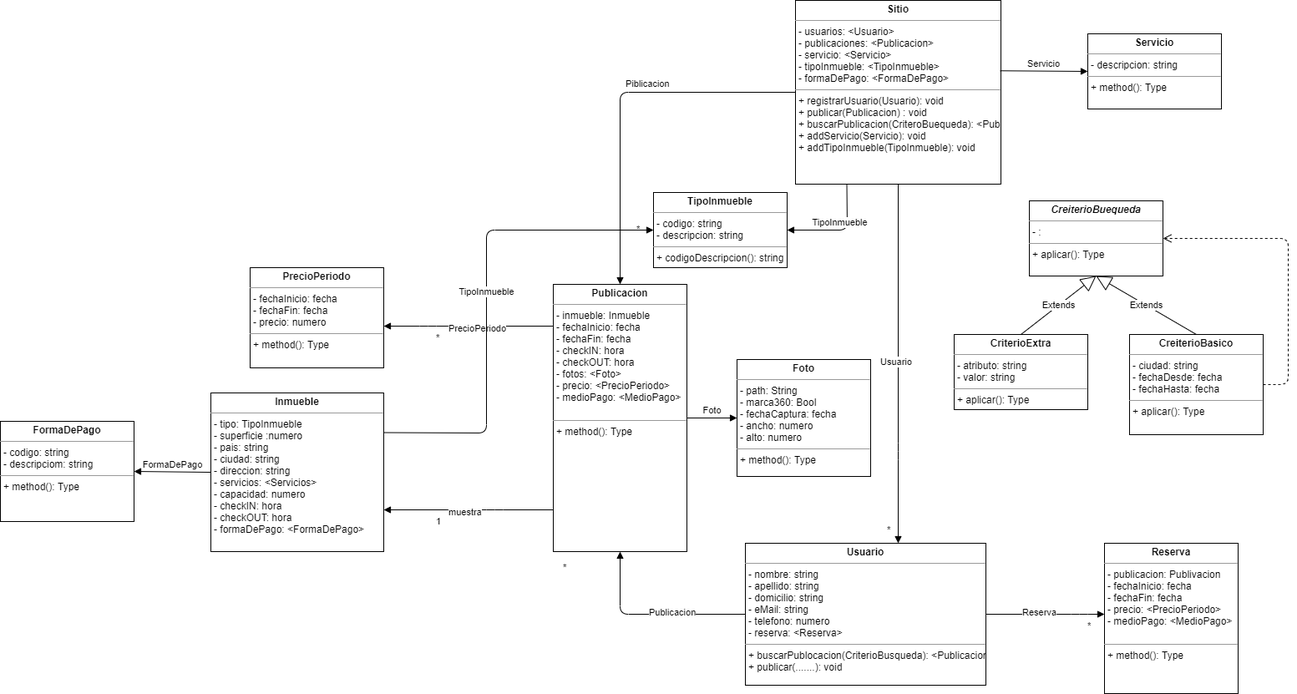
This is UML_PO2_TP_FINALPNG1.png from CundariNicolas/PO2_TP_FINAL_2021, a draw.io export, as it was before one commit. Source tidied: cells renumbered, new cells last; positions are measured from the earlier drawing's top-left corner, leaving out a move shared by most shapes.
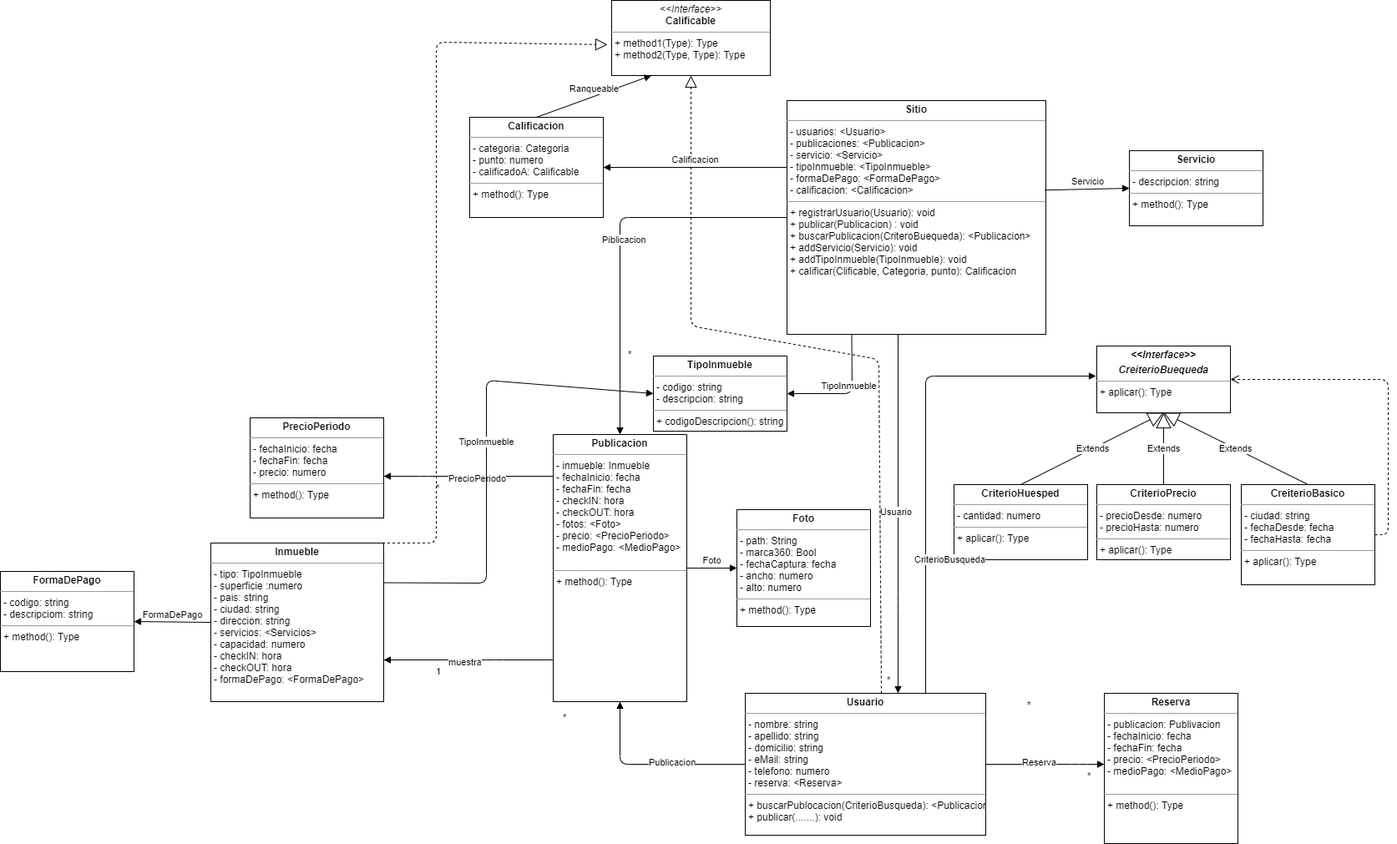
The same diagram one commit later.

What changed in the source:
```diff
@@ -8,8 +8,8 @@
     <mxCell id="3" value="&lt;p style=&quot;margin: 0px ; margin-top: 4px ; text-align: center&quot;&gt;&lt;b&gt;Publicacion&lt;/b&gt;&lt;/p&gt;&lt;hr size=&quot;1&quot;&gt;&lt;p style=&quot;margin: 0px ; margin-left: 4px&quot;&gt;- inmueble: Inmueble&lt;/p&gt;&lt;p style=&quot;margin: 0px ; margin-left: 4px&quot;&gt;- fechaInicio: fecha&lt;/p&gt;&lt;p style=&quot;margin: 0px ; margin-left: 4px&quot;&gt;- fechaFin: fecha&lt;/p&gt;&lt;p style=&quot;margin: 0px ; margin-left: 4px&quot;&gt;- checkIN: hora&lt;/p&gt;&lt;p style=&quot;margin: 0px ; margin-left: 4px&quot;&gt;- checkOUT: hora&lt;/p&gt;&lt;p style=&quot;margin: 0px ; margin-left: 4px&quot;&gt;- fotos: &amp;lt;Foto&amp;gt;&lt;/p&gt;&lt;p style=&quot;margin: 0px ; margin-left: 4px&quot;&gt;- precio: &amp;lt;PrecioPeriodo&amp;gt;&lt;/p&gt;&lt;p style=&quot;margin: 0px ; margin-left: 4px&quot;&gt;- medioPago: &amp;lt;MedioPago&amp;gt;&lt;/p&gt;&lt;p style=&quot;margin: 0px ; margin-left: 4px&quot;&gt;&lt;br&gt;&lt;/p&gt;&lt;hr size=&quot;1&quot;&gt;&lt;p style=&quot;margin: 0px ; margin-left: 4px&quot;&gt;+ method(): Type&lt;/p&gt;" style="verticalAlign=top;align=left;overflow=fill;fontSize=12;fontFamily=Helvetica;html=1;" parent="1" vertex="1">
       <mxGeometry x="662" y="340" width="160" height="320" as="geometry" />
     </mxCell>
-    <mxCell id="4" value="&lt;p style=&quot;margin: 0px ; margin-top: 4px ; text-align: center&quot;&gt;&lt;b&gt;Sitio&lt;/b&gt;&lt;/p&gt;&lt;hr size=&quot;1&quot;&gt;&lt;p style=&quot;margin: 0px ; margin-left: 4px&quot;&gt;- usuarios: &amp;lt;Usuario&amp;gt;&lt;/p&gt;&lt;p style=&quot;margin: 0px ; margin-left: 4px&quot;&gt;- publicaciones: &amp;lt;Publicacion&amp;gt;&lt;/p&gt;&lt;p style=&quot;margin: 0px ; margin-left: 4px&quot;&gt;- servicio: &amp;lt;Servicio&amp;gt;&lt;/p&gt;&lt;p style=&quot;margin: 0px ; margin-left: 4px&quot;&gt;- tipoInmueble: &amp;lt;TipoInmueble&amp;gt;&lt;/p&gt;&lt;p style=&quot;margin: 0px ; margin-left: 4px&quot;&gt;- formaDePago: &amp;lt;FormaDePago&amp;gt;&lt;/p&gt;&lt;hr size=&quot;1&quot;&gt;&lt;p style=&quot;margin: 0px ; margin-left: 4px&quot;&gt;+ registrarUsuario(Usuario): void&lt;/p&gt;&lt;p style=&quot;margin: 0px ; margin-left: 4px&quot;&gt;+ publicar(Publicacion) : void&lt;/p&gt;&lt;p style=&quot;margin: 0px ; margin-left: 4px&quot;&gt;+ buscarPublicacion(CriteroBuequeda): &amp;lt;Publicacion&amp;gt;&lt;/p&gt;&lt;p style=&quot;margin: 0px ; margin-left: 4px&quot;&gt;+ addServicio(Servicio): void&lt;/p&gt;&lt;p style=&quot;margin: 0px ; margin-left: 4px&quot;&gt;+ addTipoInmueble(TipoInmueble): void&lt;/p&gt;" style="verticalAlign=top;align=left;overflow=fill;fontSize=12;fontFamily=Helvetica;html=1;" parent="1" vertex="1">
-      <mxGeometry x="952" width="246" height="220" as="geometry" />
+    <mxCell id="4" value="&lt;p style=&quot;margin: 0px ; margin-top: 4px ; text-align: center&quot;&gt;&lt;b&gt;Sitio&lt;/b&gt;&lt;/p&gt;&lt;hr size=&quot;1&quot;&gt;&lt;p style=&quot;margin: 0px ; margin-left: 4px&quot;&gt;- usuarios: &amp;lt;Usuario&amp;gt;&lt;/p&gt;&lt;p style=&quot;margin: 0px ; margin-left: 4px&quot;&gt;- publicaciones: &amp;lt;Publicacion&amp;gt;&lt;/p&gt;&lt;p style=&quot;margin: 0px ; margin-left: 4px&quot;&gt;- servicio: &amp;lt;Servicio&amp;gt;&lt;/p&gt;&lt;p style=&quot;margin: 0px ; margin-left: 4px&quot;&gt;- tipoInmueble: &amp;lt;TipoInmueble&amp;gt;&lt;/p&gt;&lt;p style=&quot;margin: 0px ; margin-left: 4px&quot;&gt;- formaDePago: &amp;lt;FormaDePago&amp;gt;&lt;/p&gt;&lt;p style=&quot;margin: 0px ; margin-left: 4px&quot;&gt;- calificacion: &amp;lt;Calificacion&amp;gt;&lt;/p&gt;&lt;hr size=&quot;1&quot;&gt;&lt;p style=&quot;margin: 0px ; margin-left: 4px&quot;&gt;+ registrarUsuario(Usuario): void&lt;/p&gt;&lt;p style=&quot;margin: 0px ; margin-left: 4px&quot;&gt;+ publicar(Publicacion) : void&lt;/p&gt;&lt;p style=&quot;margin: 0px ; margin-left: 4px&quot;&gt;+ buscarPublicacion(CriteroBuequeda): &amp;lt;Publicacion&amp;gt;&lt;/p&gt;&lt;p style=&quot;margin: 0px ; margin-left: 4px&quot;&gt;+ addServicio(Servicio): void&lt;/p&gt;&lt;p style=&quot;margin: 0px ; margin-left: 4px&quot;&gt;+ addTipoInmueble(TipoInmueble): void&lt;/p&gt;&lt;p style=&quot;margin: 0px ; margin-left: 4px&quot;&gt;+ calificar(Clificable, Categoria, punto): Calificacion&lt;/p&gt;" style="verticalAlign=top;align=left;overflow=fill;fontSize=12;fontFamily=Helvetica;html=1;" parent="1" vertex="1">
+      <mxGeometry x="942" y="-60" width="310" height="280" as="geometry" />
     </mxCell>
     <mxCell id="5" value="&lt;p style=&quot;margin: 0px ; margin-top: 4px ; text-align: center&quot;&gt;&lt;b&gt;Inmueble&lt;/b&gt;&lt;/p&gt;&lt;hr size=&quot;1&quot;&gt;&lt;p style=&quot;margin: 0px ; margin-left: 4px&quot;&gt;- tipo: TipoInmueble&lt;/p&gt;&lt;p style=&quot;margin: 0px ; margin-left: 4px&quot;&gt;- superficie :numero&lt;/p&gt;&lt;p style=&quot;margin: 0px ; margin-left: 4px&quot;&gt;- pais: string&lt;/p&gt;&lt;p style=&quot;margin: 0px ; margin-left: 4px&quot;&gt;- ciudad: string&lt;/p&gt;&lt;p style=&quot;margin: 0px ; margin-left: 4px&quot;&gt;- direccion: string&lt;/p&gt;&lt;p style=&quot;margin: 0px ; margin-left: 4px&quot;&gt;- servicios: &amp;lt;Servicios&amp;gt;&lt;/p&gt;&lt;p style=&quot;margin: 0px ; margin-left: 4px&quot;&gt;- capacidad: numero&lt;/p&gt;&lt;p style=&quot;margin: 0px ; margin-left: 4px&quot;&gt;- checkIN: hora&lt;/p&gt;&lt;p style=&quot;margin: 0px ; margin-left: 4px&quot;&gt;- checkOUT: hora&lt;/p&gt;&lt;p style=&quot;margin: 0px ; margin-left: 4px&quot;&gt;- formaDePago: &amp;lt;FormaDePago&amp;gt;&lt;/p&gt;&lt;p style=&quot;margin: 0px ; margin-left: 4px&quot;&gt;&lt;br&gt;&lt;/p&gt;&lt;hr size=&quot;1&quot;&gt;&lt;p style=&quot;margin: 0px ; margin-left: 4px&quot;&gt;+ method(): Type&lt;/p&gt;" style="verticalAlign=top;align=left;overflow=fill;fontSize=12;fontFamily=Helvetica;html=1;" parent="1" vertex="1">
       <mxGeometry x="252" y="470" width="207" height="190" as="geometry" />
@@ -94,10 +94,10 @@
       </mxGeometry>
     </mxCell>
     <mxCell id="20" value="&lt;p style=&quot;margin: 0px ; margin-top: 4px ; text-align: center&quot;&gt;&lt;b&gt;TipoInmueble&lt;/b&gt;&lt;/p&gt;&lt;hr size=&quot;1&quot;&gt;&lt;p style=&quot;margin: 0px ; margin-left: 4px&quot;&gt;- codigo: string&lt;/p&gt;&lt;p style=&quot;margin: 0px ; margin-left: 4px&quot;&gt;- descripcion: string&lt;/p&gt;&lt;hr size=&quot;1&quot;&gt;&lt;p style=&quot;margin: 0px ; margin-left: 4px&quot;&gt;+ codigoDescripcion(): string&lt;/p&gt;" style="verticalAlign=top;align=left;overflow=fill;fontSize=12;fontFamily=Helvetica;html=1;" parent="1" vertex="1">
-      <mxGeometry x="782" y="230" width="160" height="90" as="geometry" />
+      <mxGeometry x="782" y="246" width="160" height="90" as="geometry" />
     </mxCell>
     <mxCell id="21" value="&lt;p style=&quot;margin: 0px ; margin-top: 4px ; text-align: center&quot;&gt;&lt;b&gt;Servicio&lt;/b&gt;&lt;/p&gt;&lt;hr size=&quot;1&quot;&gt;&lt;p style=&quot;margin: 0px ; margin-left: 4px&quot;&gt;&lt;span&gt;- descripcion: string&lt;/span&gt;&lt;br&gt;&lt;/p&gt;&lt;hr size=&quot;1&quot;&gt;&lt;p style=&quot;margin: 0px ; margin-left: 4px&quot;&gt;+ method(): Type&lt;/p&gt;" style="verticalAlign=top;align=left;overflow=fill;fontSize=12;fontFamily=Helvetica;html=1;" parent="1" vertex="1">
-      <mxGeometry x="1302" y="40" width="160" height="90" as="geometry" />
+      <mxGeometry x="1352" width="160" height="90" as="geometry" />
     </mxCell>
     <mxCell id="22" value="&lt;p style=&quot;margin: 0px ; margin-top: 4px ; text-align: center&quot;&gt;&lt;b&gt;Foto&lt;/b&gt;&lt;/p&gt;&lt;hr size=&quot;1&quot;&gt;&lt;p style=&quot;margin: 0px ; margin-left: 4px&quot;&gt;- path: String&lt;/p&gt;&lt;p style=&quot;margin: 0px ; margin-left: 4px&quot;&gt;- marca360: Bool&lt;/p&gt;&lt;p style=&quot;margin: 0px ; margin-left: 4px&quot;&gt;- fechaCaptura: fecha&lt;/p&gt;&lt;p style=&quot;margin: 0px ; margin-left: 4px&quot;&gt;- ancho: numero&lt;/p&gt;&lt;p style=&quot;margin: 0px ; margin-left: 4px&quot;&gt;- alto: numero&lt;/p&gt;&lt;hr size=&quot;1&quot;&gt;&lt;p style=&quot;margin: 0px ; margin-left: 4px&quot;&gt;+ method(): Type&lt;/p&gt;" style="verticalAlign=top;align=left;overflow=fill;fontSize=12;fontFamily=Helvetica;html=1;" parent="1" vertex="1">
       <mxGeometry x="882" y="430" width="160" height="140" as="geometry" />
@@ -108,7 +108,7 @@
     <mxCell id="24" value="TipoInmueble" style="html=1;verticalAlign=bottom;endArrow=block;exitX=0.25;exitY=1;exitDx=0;exitDy=0;entryX=1;entryY=0.5;entryDx=0;entryDy=0;" parent="1" edge="1" source="4" target="20">
       <mxGeometry relative="1" as="geometry">
         <Array as="points">
-          <mxPoint x="1014" y="275" />
+          <mxPoint x="1020" y="291" />
         </Array>
       </mxGeometry>
     </mxCell>
@@ -129,11 +129,11 @@
     <mxCell id="28" value="FormaDePago" style="html=1;verticalAlign=bottom;endArrow=block;exitX=0;exitY=0.5;exitDx=0;exitDy=0;entryX=1;entryY=0.5;entryDx=0;entryDy=0;" parent="1" edge="1" source="5" target="27">
       <mxGeometry relative="1" as="geometry" />
     </mxCell>
-    <mxCell id="29" value="&lt;p style=&quot;margin: 0px ; margin-top: 4px ; text-align: center&quot;&gt;&lt;b&gt;&lt;i&gt;CreiterioBuequeda&lt;/i&gt;&lt;/b&gt;&lt;/p&gt;&lt;hr size=&quot;1&quot;&gt;&lt;p style=&quot;margin: 0px ; margin-left: 4px&quot;&gt;&lt;span&gt;- :&amp;nbsp;&lt;/span&gt;&lt;br&gt;&lt;/p&gt;&lt;hr size=&quot;1&quot;&gt;&lt;p style=&quot;margin: 0px ; margin-left: 4px&quot;&gt;+ aplicar(): Type&lt;/p&gt;" style="verticalAlign=top;align=left;overflow=fill;fontSize=12;fontFamily=Helvetica;html=1;" parent="1" vertex="1">
-      <mxGeometry x="1232" y="240" width="160" height="90" as="geometry" />
+    <mxCell id="29" value="&lt;p style=&quot;margin: 0px ; margin-top: 4px ; text-align: center&quot;&gt;&lt;b&gt;&lt;i&gt;&amp;lt;&amp;lt;Interface&amp;gt;&amp;gt;&lt;/i&gt;&lt;/b&gt;&lt;/p&gt;&lt;p style=&quot;margin: 0px ; margin-top: 4px ; text-align: center&quot;&gt;&lt;b&gt;&lt;i&gt;CreiterioBuequeda&lt;/i&gt;&lt;/b&gt;&lt;/p&gt;&lt;hr size=&quot;1&quot;&gt;&lt;p style=&quot;margin: 0px ; margin-left: 4px&quot;&gt;+ aplicar(): Type&lt;/p&gt;" style="verticalAlign=top;align=left;overflow=fill;fontSize=12;fontFamily=Helvetica;html=1;" parent="1" vertex="1">
+      <mxGeometry x="1313" y="234" width="160" height="80" as="geometry" />
     </mxCell>
     <mxCell id="30" value="&lt;p style=&quot;margin: 0px ; margin-top: 4px ; text-align: center&quot;&gt;&lt;b&gt;CreiterioBasico&lt;/b&gt;&lt;/p&gt;&lt;hr size=&quot;1&quot;&gt;&lt;p style=&quot;margin: 0px ; margin-left: 4px&quot;&gt;&lt;span&gt;- ciudad: string&lt;/span&gt;&lt;/p&gt;&lt;p style=&quot;margin: 0px ; margin-left: 4px&quot;&gt;&lt;span&gt;- fechaDesde: fecha&lt;/span&gt;&lt;br&gt;&lt;/p&gt;&lt;p style=&quot;margin: 0px ; margin-left: 4px&quot;&gt;- fechaHasta: fecha&lt;/p&gt;&lt;hr size=&quot;1&quot;&gt;&lt;p style=&quot;margin: 0px ; margin-left: 4px&quot;&gt;+ aplicar(): Type&amp;nbsp;&lt;/p&gt;" style="verticalAlign=top;align=left;overflow=fill;fontSize=12;fontFamily=Helvetica;html=1;" parent="1" vertex="1">
-      <mxGeometry x="1352" y="400" width="160" height="120" as="geometry" />
+      <mxGeometry x="1486" y="400" width="160" height="120" as="geometry" />
     </mxCell>
     <mxCell id="31" value="Extends" style="endArrow=block;endSize=16;endFill=0;html=1;exitX=0.5;exitY=0;exitDx=0;exitDy=0;entryX=0.5;entryY=1;entryDx=0;entryDy=0;" parent="1" edge="1" source="30" target="29">
       <mxGeometry relative="1" as="geometry" />
@@ -141,12 +141,13 @@
     <mxCell id="32" style="html=1;verticalAlign=bottom;endArrow=open;dashed=1;endSize=8;exitX=1;exitY=0.5;exitDx=0;exitDy=0;entryX=1;entryY=0.5;entryDx=0;entryDy=0;" parent="1" edge="1" source="30" target="29">
       <mxGeometry relative="1" as="geometry">
         <Array as="points">
-          <mxPoint x="1542" y="460" />
-          <mxPoint x="1542" y="285" />
+          <mxPoint x="1662" y="460" />
+          <mxPoint x="1662" y="350" />
+          <mxPoint x="1662" y="274" />
         </Array>
       </mxGeometry>
     </mxCell>
-    <mxCell id="33" value="&lt;p style=&quot;margin: 0px ; margin-top: 4px ; text-align: center&quot;&gt;&lt;b&gt;CriterioExtra&lt;/b&gt;&lt;/p&gt;&lt;hr size=&quot;1&quot;&gt;&lt;p style=&quot;margin: 0px ; margin-left: 4px&quot;&gt;&lt;span&gt;- atributo: string&lt;/span&gt;&lt;br&gt;&lt;/p&gt;&lt;p style=&quot;margin: 0px ; margin-left: 4px&quot;&gt;&lt;span&gt;- valor: string&lt;/span&gt;&lt;/p&gt;&lt;hr size=&quot;1&quot;&gt;&lt;p style=&quot;margin: 0px ; margin-left: 4px&quot;&gt;+ aplicar(): Type&lt;/p&gt;" style="verticalAlign=top;align=left;overflow=fill;fontSize=12;fontFamily=Helvetica;html=1;" parent="1" vertex="1">
+    <mxCell id="33" value="&lt;p style=&quot;margin: 0px ; margin-top: 4px ; text-align: center&quot;&gt;&lt;b&gt;CriterioHuesped&lt;/b&gt;&lt;/p&gt;&lt;hr size=&quot;1&quot;&gt;&lt;p style=&quot;margin: 0px ; margin-left: 4px&quot;&gt;&lt;span&gt;- cantidad: numero&lt;/span&gt;&lt;/p&gt;&lt;hr size=&quot;1&quot;&gt;&lt;p style=&quot;margin: 0px ; margin-left: 4px&quot;&gt;+ aplicar(): Type&lt;/p&gt;" style="verticalAlign=top;align=left;overflow=fill;fontSize=12;fontFamily=Helvetica;html=1;" parent="1" vertex="1">
       <mxGeometry x="1142" y="400" width="160" height="90" as="geometry" />
     </mxCell>
     <mxCell id="34" value="Extends" style="endArrow=block;endSize=16;endFill=0;html=1;exitX=0.5;exitY=0;exitDx=0;exitDy=0;entryX=0.5;entryY=1;entryDx=0;entryDy=0;" parent="1" edge="1" target="29">
@@ -154,5 +155,54 @@
         <mxPoint x="1222" y="400" as="sourcePoint" />
       </mxGeometry>
     </mxCell>
+    <mxCell id="35" value="CriterioBusqueda" style="endArrow=block;endFill=1;html=1;edgeStyle=orthogonalEdgeStyle;align=left;verticalAlign=top;exitX=0.75;exitY=0;exitDx=0;exitDy=0;" parent="1" edge="1" source="2">
+      <mxGeometry x="-0.41" y="15" relative="1" as="geometry">
+        <mxPoint x="1312" y="270" as="targetPoint" />
+        <Array as="points">
+          <mxPoint x="1108" y="270" />
+        </Array>
+      </mxGeometry>
+    </mxCell>
+    <mxCell id="36" value="*" style="edgeLabel;html=1;align=left;verticalAlign=bottom;spacing=20;" parent="35" vertex="1">
+      <mxGeometry x="-1" relative="1" as="geometry">
+        <mxPoint x="102" y="40" as="offset" />
+      </mxGeometry>
+    </mxCell>
+    <mxCell id="37" value="&lt;p style=&quot;margin: 0px ; margin-top: 4px ; text-align: center&quot;&gt;&lt;b&gt;CriterioPrecio&lt;/b&gt;&lt;/p&gt;&lt;hr size=&quot;1&quot;&gt;&lt;p style=&quot;margin: 0px ; margin-left: 4px&quot;&gt;&lt;span&gt;- precioDesde: numero&lt;/span&gt;&lt;/p&gt;&lt;p style=&quot;margin: 0px ; margin-left: 4px&quot;&gt;&lt;span&gt;- precioHasta: numero&lt;/span&gt;&lt;/p&gt;&lt;hr size=&quot;1&quot;&gt;&lt;p style=&quot;margin: 0px ; margin-left: 4px&quot;&gt;+ aplicar(): Type&lt;/p&gt;" style="verticalAlign=top;align=left;overflow=fill;fontSize=12;fontFamily=Helvetica;html=1;" parent="1" vertex="1">
+      <mxGeometry x="1313" y="400" width="160" height="90" as="geometry" />
+    </mxCell>
+    <mxCell id="38" value="Extends" style="endArrow=block;endSize=16;endFill=0;html=1;exitX=0.5;exitY=0;exitDx=0;exitDy=0;entryX=0.5;entryY=1;entryDx=0;entryDy=0;" parent="1" edge="1" source="37" target="29">
+      <mxGeometry relative="1" as="geometry" />
+    </mxCell>
+    <mxCell id="39" value="&lt;p style=&quot;margin: 0px ; margin-top: 4px ; text-align: center&quot;&gt;&lt;i&gt;&amp;lt;&amp;lt;Interface&amp;gt;&amp;gt;&lt;/i&gt;&lt;br&gt;&lt;b&gt;Calificable&lt;/b&gt;&lt;/p&gt;&lt;hr size=&quot;1&quot;&gt;&lt;p style=&quot;margin: 0px ; margin-left: 4px&quot;&gt;+ method1(Type): Type&lt;br&gt;+ method2(Type, Type): Type&lt;/p&gt;" style="verticalAlign=top;align=left;overflow=fill;fontSize=12;fontFamily=Helvetica;html=1;" parent="1" vertex="1">
+      <mxGeometry x="732" y="-180" width="190" height="90" as="geometry" />
+    </mxCell>
+    <mxCell id="40" style="endArrow=block;dashed=1;endFill=0;endSize=12;html=1;exitX=0.566;exitY=0;exitDx=0;exitDy=0;entryX=0.5;entryY=1;entryDx=0;entryDy=0;exitPerimeter=0;" parent="1" edge="1" source="2" target="39">
+      <mxGeometry relative="1" as="geometry">
+        <Array as="points">
+          <mxPoint x="1052" y="250" />
+          <mxPoint x="827" y="210" />
+        </Array>
+      </mxGeometry>
+    </mxCell>
+    <mxCell id="41" style="endArrow=block;dashed=1;endFill=0;endSize=12;html=1;exitX=0.5;exitY=0;exitDx=0;exitDy=0;entryX=-0.026;entryY=0.589;entryDx=0;entryDy=0;entryPerimeter=0;" parent="1" edge="1" source="5" target="39">
+      <mxGeometry relative="1" as="geometry">
+        <Array as="points">
+          <mxPoint x="522" y="470" />
+          <mxPoint x="522" y="-130" />
+        </Array>
+      </mxGeometry>
+    </mxCell>
+    <mxCell id="42" value="&lt;p style=&quot;margin: 0px ; margin-top: 4px ; text-align: center&quot;&gt;&lt;b&gt;Calificacion&lt;/b&gt;&lt;/p&gt;&lt;hr size=&quot;1&quot;&gt;&lt;p style=&quot;margin: 0px ; margin-left: 4px&quot;&gt;- categoria: Categoria&lt;/p&gt;&lt;p style=&quot;margin: 0px ; margin-left: 4px&quot;&gt;- punto: numero&lt;/p&gt;&lt;p style=&quot;margin: 0px ; margin-left: 4px&quot;&gt;- calificadoA: Calificable&lt;/p&gt;&lt;hr size=&quot;1&quot;&gt;&lt;p style=&quot;margin: 0px ; margin-left: 4px&quot;&gt;+ method(): Type&lt;/p&gt;" style="verticalAlign=top;align=left;overflow=fill;fontSize=12;fontFamily=Helvetica;html=1;" parent="1" vertex="1">
+      <mxGeometry x="562" y="-40" width="160" height="120" as="geometry" />
+    </mxCell>
+    <mxCell id="43" value="Ranqueable" style="html=1;verticalAlign=bottom;endArrow=block;exitX=0.5;exitY=0;exitDx=0;exitDy=0;entryX=0.25;entryY=1;entryDx=0;entryDy=0;" parent="1" edge="1" source="42" target="39">
+      <mxGeometry relative="1" as="geometry" />
+    </mxCell>
+    <mxCell id="44" value="Calificacion" style="html=1;verticalAlign=bottom;endArrow=block;entryX=1;entryY=0.5;entryDx=0;entryDy=0;" parent="1" edge="1" target="42">
+      <mxGeometry relative="1" as="geometry">
+        <mxPoint x="942" y="20" as="sourcePoint" />
+      </mxGeometry>
+    </mxCell>
   </root>
 </mxGraphModel>
```
